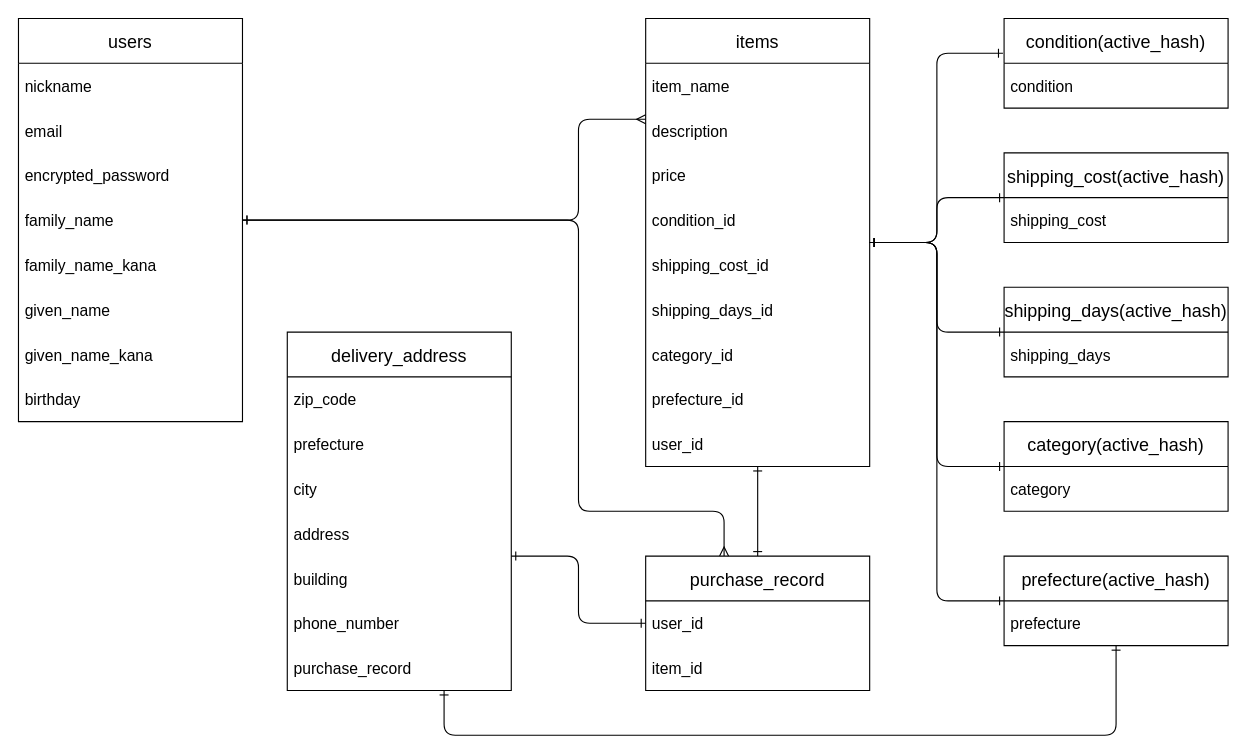
Earlier version of the draw.io diagram er.dio (oyo-112/furima-37147). Source tidied: cells renumbered, new cells numbered last; positions are measured from the earlier drawing's top-left corner, leaving out a move shared by most shapes. Both pictures are drawn from the tidied source at 112%, with x=0, y=0 at pixel (18, 18).
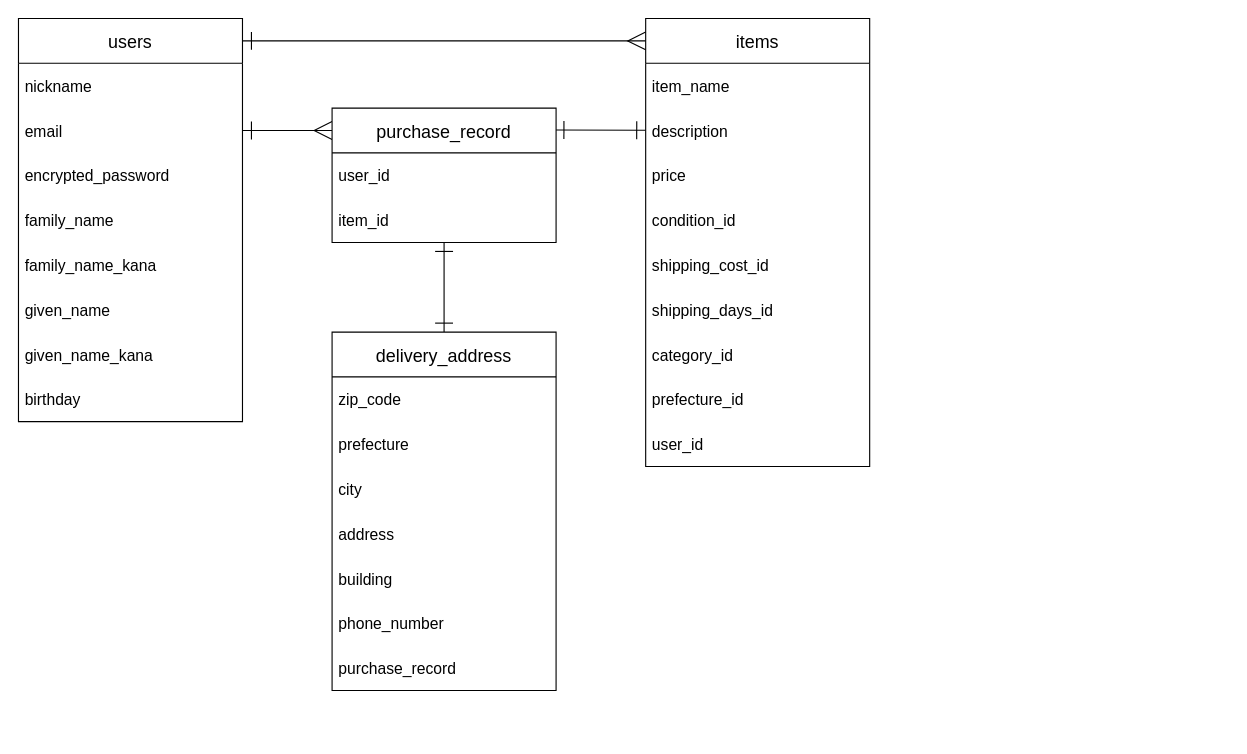
Above is the later version.

Commit message (it also covers changes not shown here):
テーブル名の単数・複数修正

Unchanged cells that the change refers to:
```xml
<mxCell id="3" value="users" style="swimlane;fontStyle=0;horizontal=1;startSize=40;align=center;fontSize=16;" parent="1" vertex="1">
  <mxGeometry width="200" height="360" as="geometry" />
</mxCell>
<mxCell id="7" value="family_name" style="text;strokeColor=none;fillColor=none;spacingLeft=4;spacingRight=4;overflow=hidden;points=[[0,0.5],[1,0.5]];portConstraint=eastwest;fontSize=14;verticalAlign=middle;" parent="3" vertex="1">
  <mxGeometry y="160" width="200" height="40" as="geometry" />
</mxCell>
<mxCell id="17" value="items" style="swimlane;fontStyle=0;horizontal=1;startSize=40;align=center;fontSize=16;" parent="1" vertex="1">
  <mxGeometry x="560" width="200" height="400" as="geometry" />
</mxCell>
```

Change to the diagram source:
```diff
@@
-    <mxCell id="2" style="edgeStyle=orthogonalEdgeStyle;html=1;startArrow=ERone;startFill=0;endArrow=ERmany;endFill=0;" parent="1" edge="1" source="3" target="17">
-      <mxGeometry relative="1" as="geometry">
-        <Array as="points">
-          <mxPoint x="500" y="180" />
-          <mxPoint x="500" y="90" />
-        </Array>
-      </mxGeometry>
-    </mxCell>
+    <mxCell id="52" style="edgeStyle=none;html=1;entryX=0;entryY=0.5;entryDx=0;entryDy=0;startArrow=ERone;startFill=0;endArrow=ERmany;endFill=0;startSize=14;endSize=14;" parent="1" edge="1">
+      <mxGeometry relative="1" as="geometry">
+        <mxPoint x="200" y="100" as="sourcePoint" />
+        <mxPoint x="280" y="100" as="targetPoint" />
+      </mxGeometry>
+    </mxCell>
@@
-    <mxCell id="12" style="edgeStyle=orthogonalEdgeStyle;html=1;entryX=-0.005;entryY=0.388;entryDx=0;entryDy=0;entryPerimeter=0;startArrow=ERone;startFill=0;endArrow=ERone;endFill=0;" parent="1" edge="1" source="17" target="41">
-      <mxGeometry relative="1" as="geometry" />
-    </mxCell>
-    <mxCell id="13" style="edgeStyle=orthogonalEdgeStyle;html=1;startArrow=ERone;startFill=0;endArrow=ERone;endFill=0;" parent="1" edge="1" source="17" target="39">
-      <mxGeometry relative="1" as="geometry" />
-    </mxCell>
-    <mxCell id="14" style="edgeStyle=orthogonalEdgeStyle;html=1;startArrow=ERone;startFill=0;endArrow=ERone;endFill=0;" parent="1" edge="1" source="17" target="43">
-      <mxGeometry relative="1" as="geometry" />
-    </mxCell>
-    <mxCell id="15" style="edgeStyle=orthogonalEdgeStyle;html=1;startArrow=ERone;startFill=0;endArrow=ERone;endFill=0;" parent="1" edge="1" source="17" target="49">
-      <mxGeometry relative="1" as="geometry" />
-    </mxCell>
-    <mxCell id="16" style="edgeStyle=orthogonalEdgeStyle;html=1;startArrow=ERone;startFill=0;endArrow=ERone;endFill=0;" parent="1" edge="1" source="17" target="28">
-      <mxGeometry relative="1" as="geometry" />
-    </mxCell>
+    <mxCell id="53" style="edgeStyle=none;html=1;entryX=0.995;entryY=0.991;entryDx=0;entryDy=0;entryPerimeter=0;startArrow=ERone;startFill=0;endArrow=ERone;endFill=0;startSize=14;endSize=14;" parent="1" edge="1">
+      <mxGeometry relative="1" as="geometry">
+        <mxPoint x="560" y="99.8" as="sourcePoint" />
+        <mxPoint x="479" y="99.6" as="targetPoint" />
+      </mxGeometry>
+    </mxCell>
@@
-    <mxCell id="27" style="edgeStyle=orthogonalEdgeStyle;html=1;startArrow=ERone;startFill=0;endArrow=ERone;endFill=0;" parent="1" edge="1" source="28" target="31">
-      <mxGeometry relative="1" as="geometry">
-        <Array as="points">
-          <mxPoint x="500" y="540" />
-          <mxPoint x="500" y="480" />
-        </Array>
-      </mxGeometry>
+    <mxCell id="27" style="edgeStyle=none;html=1;entryX=0.5;entryY=0;entryDx=0;entryDy=0;startArrow=ERone;startFill=0;endArrow=ERone;endFill=0;startSize=14;endSize=14;" parent="1" edge="1" source="28" target="31">
+      <mxGeometry relative="1" as="geometry" />
     </mxCell>
     <mxCell id="28" value="purchase_record" style="swimlane;fontStyle=0;horizontal=1;startSize=40;align=center;fontSize=16;" parent="1" vertex="1">
-      <mxGeometry x="560" y="480" width="200" height="120" as="geometry" />
+      <mxGeometry x="280" y="80" width="200" height="120" as="geometry" />
     </mxCell>
@@
     <mxCell id="31" value="delivery_address" style="swimlane;fontStyle=0;horizontal=1;startSize=40;align=center;fontSize=16;" parent="1" vertex="1">
-      <mxGeometry x="240" y="280" width="200" height="320" as="geometry" />
+      <mxGeometry x="280" y="280" width="200" height="320" as="geometry" />
     </mxCell>
@@
-    <mxCell id="39" value="shipping_cost(active_hash)" style="swimlane;fontStyle=0;horizontal=1;startSize=40;align=center;fontSize=16;" parent="1" vertex="1">
-      <mxGeometry x="880" y="120" width="200" height="80" as="geometry" />
-    </mxCell>
-    <mxCell id="40" value="shipping_cost" style="text;strokeColor=none;fillColor=none;spacingLeft=4;spacingRight=4;overflow=hidden;fontSize=14;verticalAlign=middle;" parent="39" vertex="1">
-      <mxGeometry y="40" width="200" height="40" as="geometry" />
-    </mxCell>
-    <mxCell id="41" value="condition(active_hash)" style="swimlane;fontStyle=0;horizontal=1;startSize=40;align=center;fontSize=16;" parent="1" vertex="1">
-      <mxGeometry x="880" width="200" height="80" as="geometry" />
-    </mxCell>
-    <mxCell id="42" value="condition" style="text;strokeColor=none;fillColor=none;spacingLeft=4;spacingRight=4;overflow=hidden;fontSize=14;verticalAlign=middle;" parent="41" vertex="1">
-      <mxGeometry y="40" width="200" height="40" as="geometry" />
-    </mxCell>
-    <mxCell id="43" value="shipping_days(active_hash)" style="swimlane;fontStyle=0;horizontal=1;startSize=40;align=center;fontSize=16;" parent="1" vertex="1">
-      <mxGeometry x="880" y="240" width="200" height="80" as="geometry" />
-    </mxCell>
-    <mxCell id="44" value="shipping_days" style="text;strokeColor=none;fillColor=none;spacingLeft=4;spacingRight=4;overflow=hidden;fontSize=14;verticalAlign=middle;" parent="43" vertex="1">
-      <mxGeometry y="40" width="200" height="40" as="geometry" />
-    </mxCell>
-    <mxCell id="45" style="edgeStyle=orthogonalEdgeStyle;html=1;startArrow=ERone;startFill=0;endArrow=ERone;endFill=0;" parent="1" edge="1" source="47" target="17">
-      <mxGeometry relative="1" as="geometry">
-        <Array as="points">
-          <mxPoint x="820" y="520" />
-          <mxPoint x="820" y="200" />
-        </Array>
-      </mxGeometry>
-    </mxCell>
-    <mxCell id="46" style="edgeStyle=orthogonalEdgeStyle;html=1;startArrow=ERone;startFill=0;endArrow=ERone;endFill=0;" parent="1" edge="1" source="47" target="31">
-      <mxGeometry relative="1" as="geometry">
-        <Array as="points">
-          <mxPoint x="980" y="640" />
-          <mxPoint x="380" y="640" />
-        </Array>
-      </mxGeometry>
-    </mxCell>
-    <mxCell id="47" value="prefecture(active_hash)" style="swimlane;fontStyle=0;horizontal=1;startSize=40;align=center;fontSize=16;" parent="1" vertex="1">
-      <mxGeometry x="880" y="480" width="200" height="80" as="geometry" />
-    </mxCell>
-    <mxCell id="48" value="prefecture" style="text;strokeColor=none;fillColor=none;spacingLeft=4;spacingRight=4;overflow=hidden;fontSize=14;verticalAlign=middle;" parent="47" vertex="1">
-      <mxGeometry y="40" width="200" height="40" as="geometry" />
-    </mxCell>
-    <mxCell id="49" value="category(active_hash)" style="swimlane;fontStyle=0;horizontal=1;startSize=40;align=center;fontSize=16;" parent="1" vertex="1">
-      <mxGeometry x="880" y="360" width="200" height="80" as="geometry" />
-    </mxCell>
-    <mxCell id="50" value="category" style="text;strokeColor=none;fillColor=none;spacingLeft=4;spacingRight=4;overflow=hidden;fontSize=14;verticalAlign=middle;" parent="49" vertex="1">
-      <mxGeometry y="40" width="200" height="40" as="geometry" />
-    </mxCell>
-    <mxCell id="51" style="edgeStyle=orthogonalEdgeStyle;html=1;startArrow=ERone;startFill=0;endArrow=ERmany;endFill=0;" parent="1" edge="1" source="7" target="28">
-      <mxGeometry relative="1" as="geometry">
-        <Array as="points">
-          <mxPoint x="500" y="180" />
-          <mxPoint x="500" y="440" />
-          <mxPoint x="630" y="440" />
-        </Array>
-      </mxGeometry>
-    </mxCell>
+    <mxCell id="54" style="edgeStyle=none;html=1;startArrow=ERone;startFill=0;endArrow=ERmany;endFill=0;endSize=14;startSize=14;" parent="1" edge="1">
+      <mxGeometry relative="1" as="geometry">
+        <mxPoint x="200" y="20" as="sourcePoint" />
+        <mxPoint x="560" y="20" as="targetPoint" />
+      </mxGeometry>
+    </mxCell>
```
